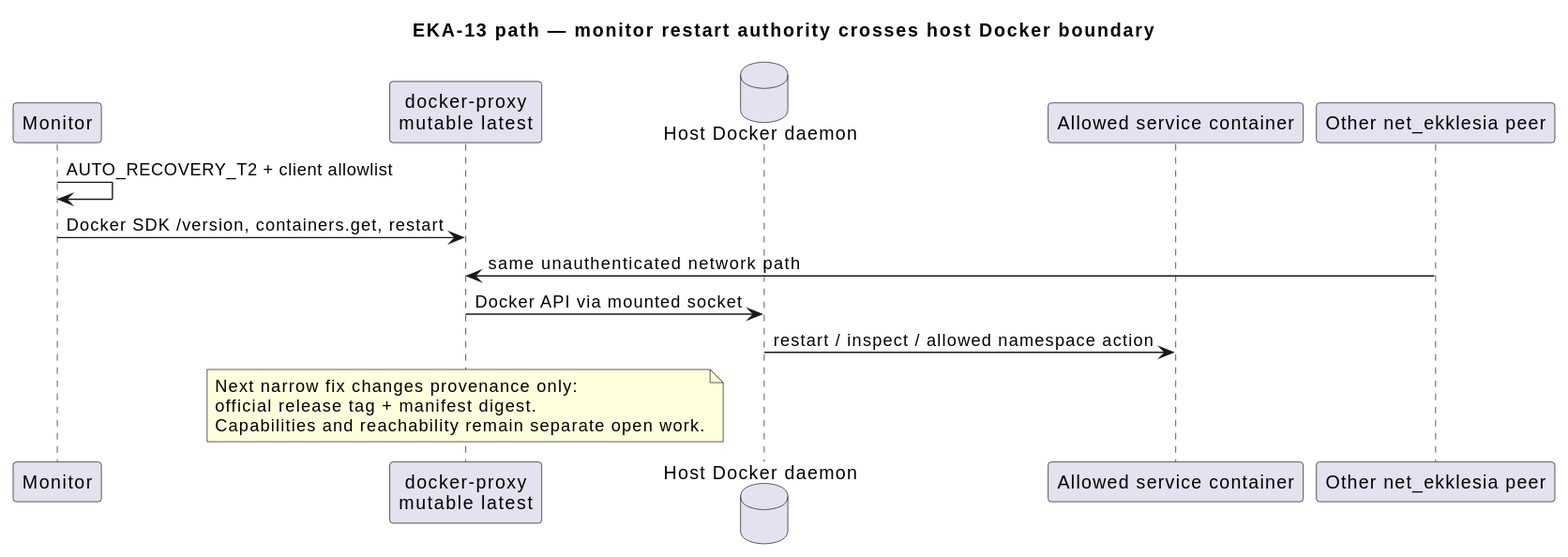
The PlantUML diagram docs/architecture/main-path_001.svg in NeaBouli/pnyx, before a commit.
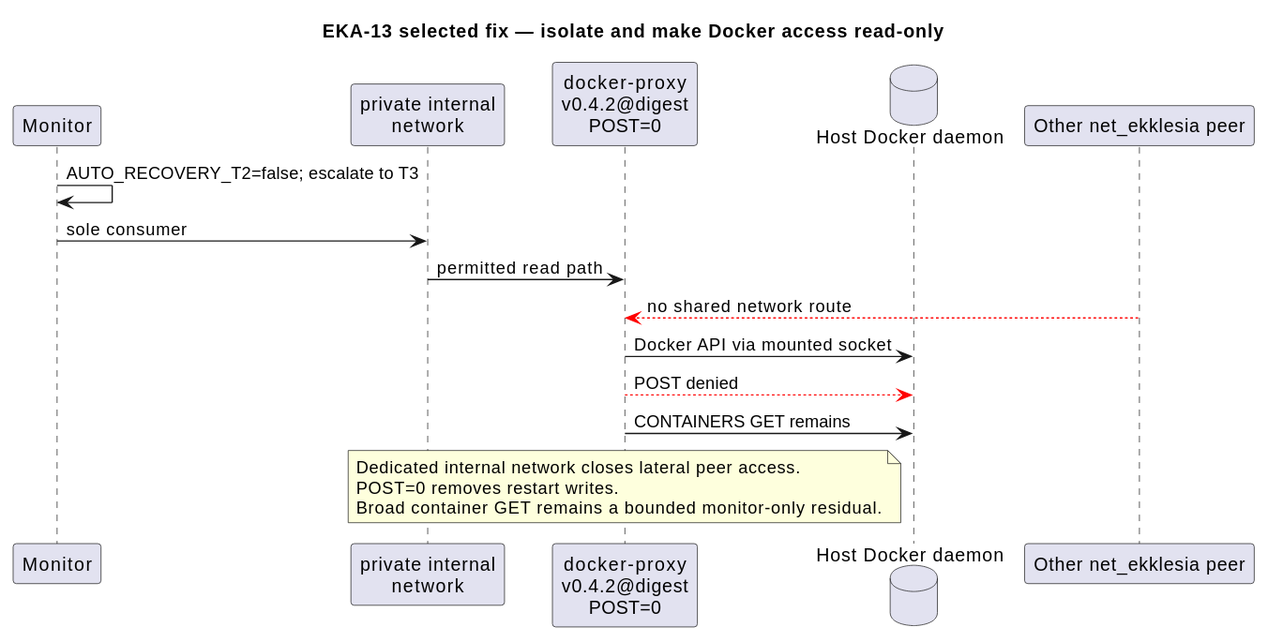
The same diagram one commit later.

Commit message:
docs(architecture): select EKA-13 isolation boundary

The edit, as a diff of the source:
```diff
@@ -1,20 +1,22 @@
 @startuml
-title EKA-13 path — monitor restart authority crosses host Docker boundary
+title EKA-13 selected fix — isolate and make Docker access read-only
 participant "Monitor" as Monitor
-participant "docker-proxy\nmutable latest" as Proxy
+participant "private internal\nnetwork" as Private
+participant "docker-proxy\nv0.4.2@digest\nPOST=0" as Proxy
 database "Host Docker daemon" as Docker
-participant "Allowed service container" as Service
 participant "Other net_ekklesia peer" as Peer
 
-Monitor -> Monitor : AUTO_RECOVERY_T2 + client allowlist
-Monitor -> Proxy : Docker SDK /version, containers.get, restart
-Peer -> Proxy : same unauthenticated network path
+Monitor -> Monitor : AUTO_RECOVERY_T2=false; escalate to T3
+Monitor -> Private : sole consumer
+Private -> Proxy : permitted read path
+Peer -[#red,dashed]> Proxy : no shared network route
 Proxy -> Docker : Docker API via mounted socket
-Docker -> Service : restart / inspect / allowed namespace action
+Proxy -[#red,dashed]> Docker : POST denied
+Proxy -> Docker : CONTAINERS GET remains
 
 note over Proxy
-Next narrow fix changes provenance only:
-official release tag + manifest digest.
-Capabilities and reachability remain separate open work.
+Dedicated internal network closes lateral peer access.
+POST=0 removes restart writes.
+Broad container GET remains a bounded monitor-only residual.
 end note
 @enduml
```
